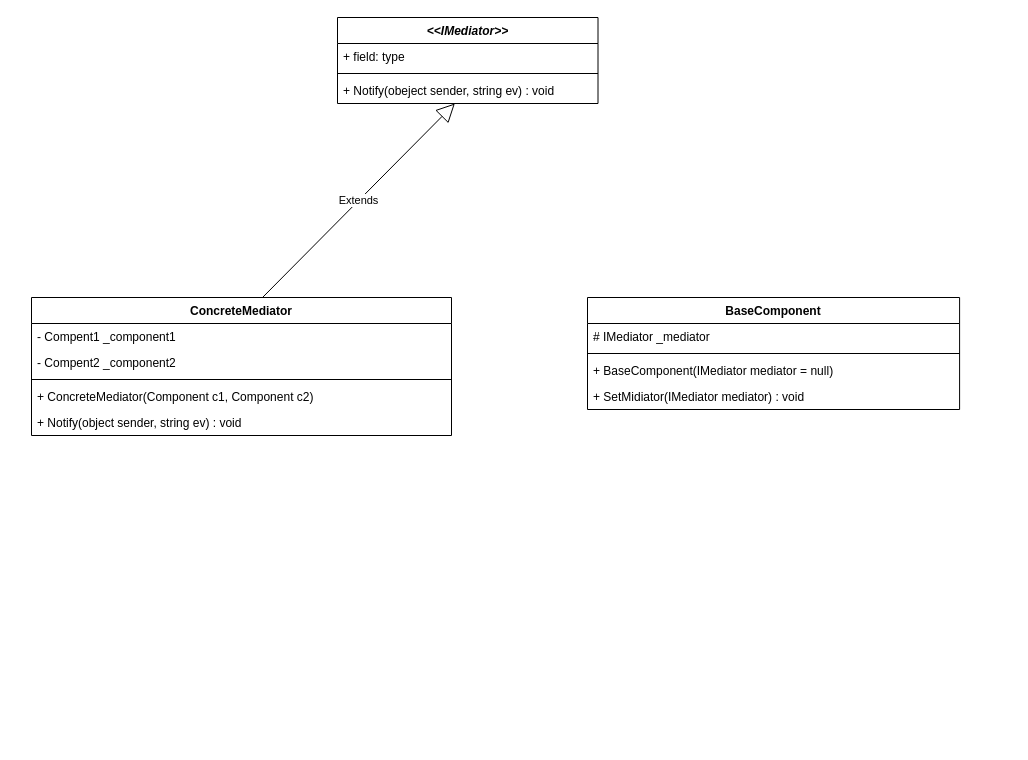
This is Mediator.drawio from QAQSly/QAQSly, a draw.io file, before an edit. Source tidied: cells renumbered, new cells numbered last; positions are measured from the earlier drawing's top-left corner, leaving out a move shared by most shapes. Both pictures are drawn from the tidied source at 100%, with x=0, y=0 at pixel (31, 17).
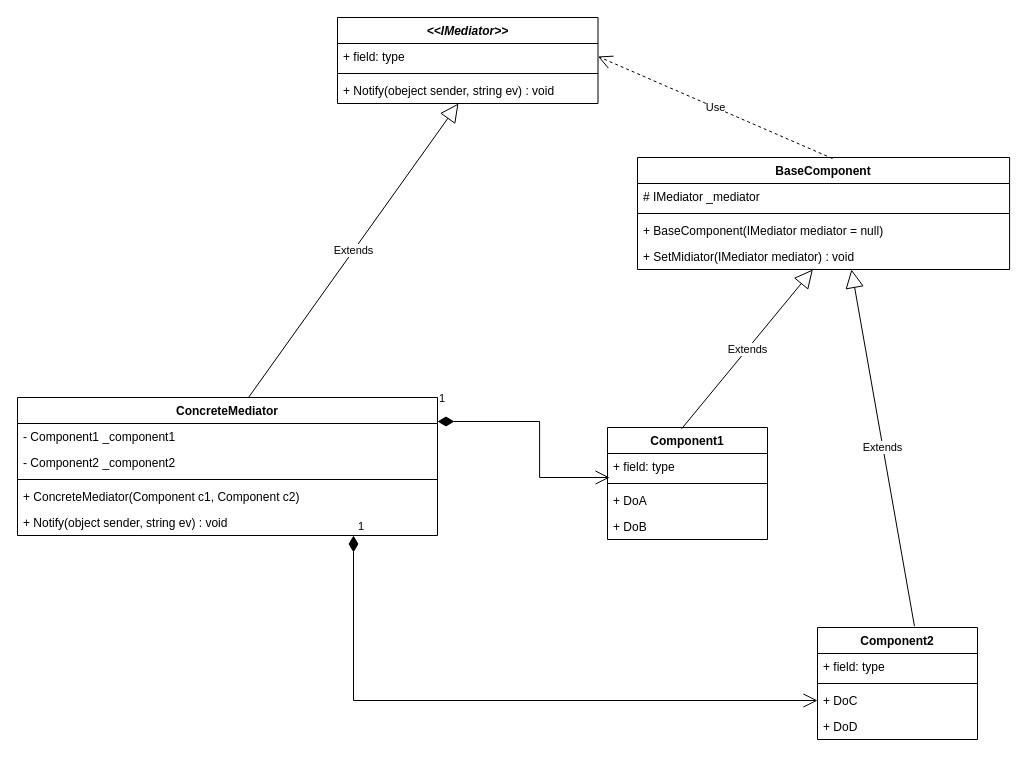
Above is the later version.

Unchanged cells that the change refers to:
```xml
<mxCell id="3" value="+ field: type" style="text;strokeColor=none;fillColor=none;align=left;verticalAlign=top;spacingLeft=4;spacingRight=4;overflow=hidden;points=[[0,0.5],[1,0.5]];portConstraint=eastwest;whiteSpace=wrap;html=1;" parent="2" vertex="1">
  <mxGeometry y="26" width="260.5" height="26" as="geometry" />
</mxCell>
<mxCell id="11" value="+ Notify(object sender, string ev) : void" style="text;strokeColor=none;fillColor=none;align=left;verticalAlign=top;spacingLeft=4;spacingRight=4;overflow=hidden;points=[[0,0.5],[1,0.5]];portConstraint=eastwest;whiteSpace=wrap;html=1;" parent="6" vertex="1">
  <mxGeometry y="112" width="420" height="26" as="geometry" />
</mxCell>
<mxCell id="17" value="+ SetMidiator(IMediator mediator) : void" style="text;strokeColor=none;fillColor=none;align=left;verticalAlign=top;spacingLeft=4;spacingRight=4;overflow=hidden;points=[[0,0.5],[1,0.5]];portConstraint=eastwest;whiteSpace=wrap;html=1;" parent="13" vertex="1">
  <mxGeometry y="86" width="372.1" height="26" as="geometry" />
</mxCell>
```

Change to the diagram source:
```diff
@@
     <mxCell id="6" value="ConcreteMediator" style="swimlane;fontStyle=1;align=center;verticalAlign=top;horizontal=1;startSize=26;whiteSpace=wrap;html=1;" parent="1" vertex="1">
-      <mxGeometry y="280" width="420" height="138" as="geometry" />
+      <mxGeometry x="-14" y="380" width="420" height="138" as="geometry" />
     </mxCell>
-    <mxCell id="7" value="- Compent1 _component1&lt;div&gt;&lt;br&gt;&lt;/div&gt;&lt;div&gt;&lt;br&gt;&lt;/div&gt;" style="text;strokeColor=none;fillColor=none;align=left;verticalAlign=top;spacingLeft=4;spacingRight=4;overflow=hidden;whiteSpace=wrap;html=1;" parent="6" vertex="1">
+    <mxCell id="7" value="- Component1 _component1&lt;div&gt;&lt;br&gt;&lt;/div&gt;&lt;div&gt;&lt;br&gt;&lt;/div&gt;" style="text;strokeColor=none;fillColor=none;align=left;verticalAlign=top;spacingLeft=4;spacingRight=4;overflow=hidden;whiteSpace=wrap;html=1;" parent="6" vertex="1">
       <mxGeometry y="26" width="420" height="26" as="geometry" />
     </mxCell>
-    <mxCell id="8" value="- Compent2 _component2" style="text;strokeColor=none;fillColor=none;align=left;verticalAlign=top;spacingLeft=4;spacingRight=4;overflow=hidden;whiteSpace=wrap;html=1;" parent="6" vertex="1">
+    <mxCell id="8" value="- Component2 _component2" style="text;strokeColor=none;fillColor=none;align=left;verticalAlign=top;spacingLeft=4;spacingRight=4;overflow=hidden;whiteSpace=wrap;html=1;" parent="6" vertex="1">
       <mxGeometry y="52" width="420" height="26" as="geometry" />
     </mxCell>
@@
     <mxCell id="13" value="BaseComponent" style="swimlane;fontStyle=1;align=center;verticalAlign=top;horizontal=1;startSize=26;whiteSpace=wrap;html=1;" parent="1" vertex="1">
-      <mxGeometry x="556" y="280" width="372.1" height="112" as="geometry" />
+      <mxGeometry x="606" y="140" width="372.1" height="112" as="geometry" />
     </mxCell>
@@
+    <mxCell id="18" value="Component1" style="swimlane;fontStyle=1;align=center;verticalAlign=top;horizontal=1;startSize=26;whiteSpace=wrap;html=1;" parent="1" vertex="1">
+      <mxGeometry x="576" y="410" width="160" height="112" as="geometry" />
+    </mxCell>
+    <mxCell id="19" value="+ field: type" style="text;strokeColor=none;fillColor=none;align=left;verticalAlign=top;spacingLeft=4;spacingRight=4;overflow=hidden;whiteSpace=wrap;html=1;" parent="18" vertex="1">
+      <mxGeometry y="26" width="160" height="26" as="geometry" />
+    </mxCell>
+    <mxCell id="20" style="line;strokeWidth=1;fillColor=none;align=left;verticalAlign=middle;spacingTop=-1;spacingLeft=3;spacingRight=3;labelPosition=right;strokeColor=inherit;" parent="18" vertex="1">
+      <mxGeometry y="52" width="160" height="8" as="geometry" />
+    </mxCell>
+    <mxCell id="21" value="+ DoA" style="text;strokeColor=none;fillColor=none;align=left;verticalAlign=top;spacingLeft=4;spacingRight=4;overflow=hidden;whiteSpace=wrap;html=1;" parent="18" vertex="1">
+      <mxGeometry y="60" width="160" height="26" as="geometry" />
+    </mxCell>
+    <mxCell id="22" value="+ DoB" style="text;strokeColor=none;fillColor=none;align=left;verticalAlign=top;spacingLeft=4;spacingRight=4;overflow=hidden;whiteSpace=wrap;html=1;" parent="18" vertex="1">
+      <mxGeometry y="86" width="160" height="26" as="geometry" />
+    </mxCell>
+    <mxCell id="23" value="Component2" style="swimlane;fontStyle=1;align=center;verticalAlign=top;horizontal=1;startSize=26;whiteSpace=wrap;html=1;" parent="1" vertex="1">
+      <mxGeometry x="786" y="610" width="160" height="112" as="geometry" />
+    </mxCell>
+    <mxCell id="24" value="+ field: type" style="text;strokeColor=none;fillColor=none;align=left;verticalAlign=top;spacingLeft=4;spacingRight=4;overflow=hidden;whiteSpace=wrap;html=1;" parent="23" vertex="1">
+      <mxGeometry y="26" width="160" height="26" as="geometry" />
+    </mxCell>
+    <mxCell id="25" style="line;strokeWidth=1;fillColor=none;align=left;verticalAlign=middle;spacingTop=-1;spacingLeft=3;spacingRight=3;labelPosition=right;strokeColor=inherit;" parent="23" vertex="1">
+      <mxGeometry y="52" width="160" height="8" as="geometry" />
+    </mxCell>
+    <mxCell id="26" value="+ DoC" style="text;strokeColor=none;fillColor=none;align=left;verticalAlign=top;spacingLeft=4;spacingRight=4;overflow=hidden;points=[[0,0.5],[1,0.5]];portConstraint=eastwest;whiteSpace=wrap;html=1;" parent="23" vertex="1">
+      <mxGeometry y="60" width="160" height="26" as="geometry" />
+    </mxCell>
+    <mxCell id="27" value="+ DoD" style="text;strokeColor=none;fillColor=none;align=left;verticalAlign=top;spacingLeft=4;spacingRight=4;overflow=hidden;whiteSpace=wrap;html=1;" parent="23" vertex="1">
+      <mxGeometry y="86" width="160" height="26" as="geometry" />
+    </mxCell>
+    <mxCell id="28" value="Extends" style="endArrow=block;endSize=16;endFill=0;html=1;rounded=0;exitX=0.463;exitY=0.012;exitDx=0;exitDy=0;exitPerimeter=0;" parent="1" edge="1" source="18" target="17">
+      <mxGeometry relative="1" as="geometry" />
+    </mxCell>
+    <mxCell id="29" value="Extends" style="endArrow=block;endSize=16;endFill=0;html=1;rounded=0;exitX=0.606;exitY=-0.012;exitDx=0;exitDy=0;exitPerimeter=0;entryX=0.575;entryY=1;entryDx=0;entryDy=0;entryPerimeter=0;" parent="1" edge="1" source="23" target="17">
+      <mxGeometry relative="1" as="geometry" />
+    </mxCell>
+    <mxCell id="30" value="Use" style="endArrow=open;endSize=12;dashed=1;html=1;rounded=0;exitX=0.524;exitY=0.009;exitDx=0;exitDy=0;exitPerimeter=0;entryX=1;entryY=0.5;entryDx=0;entryDy=0;" parent="1" edge="1" source="13" target="3">
+      <mxGeometry relative="1" as="geometry" />
+    </mxCell>
+    <mxCell id="31" value="1" style="endArrow=open;html=1;endSize=12;startArrow=diamondThin;startSize=14;startFill=1;edgeStyle=orthogonalEdgeStyle;align=left;verticalAlign=bottom;rounded=0;entryX=0;entryY=0.923;entryDx=0;entryDy=0;entryPerimeter=0;exitX=0.995;exitY=-0.077;exitDx=0;exitDy=0;exitPerimeter=0;" parent="1" edge="1">
+      <mxGeometry x="-1" y="14" relative="1" as="geometry">
+        <mxPoint x="406" y="404" as="sourcePoint" />
+        <mxPoint x="578.1" y="460" as="targetPoint" />
+        <Array as="points">
+          <mxPoint x="508.1" y="404" />
+          <mxPoint x="508.1" y="460" />
+        </Array>
+      </mxGeometry>
+    </mxCell>
+    <mxCell id="32" value="1" style="endArrow=open;html=1;endSize=12;startArrow=diamondThin;startSize=14;startFill=1;edgeStyle=orthogonalEdgeStyle;align=left;verticalAlign=bottom;rounded=0;entryX=0;entryY=0.5;entryDx=0;entryDy=0;exitX=0.8;exitY=1;exitDx=0;exitDy=0;exitPerimeter=0;" parent="1" edge="1" source="11" target="26">
+      <mxGeometry x="-1" y="3" relative="1" as="geometry" />
+    </mxCell>
```
